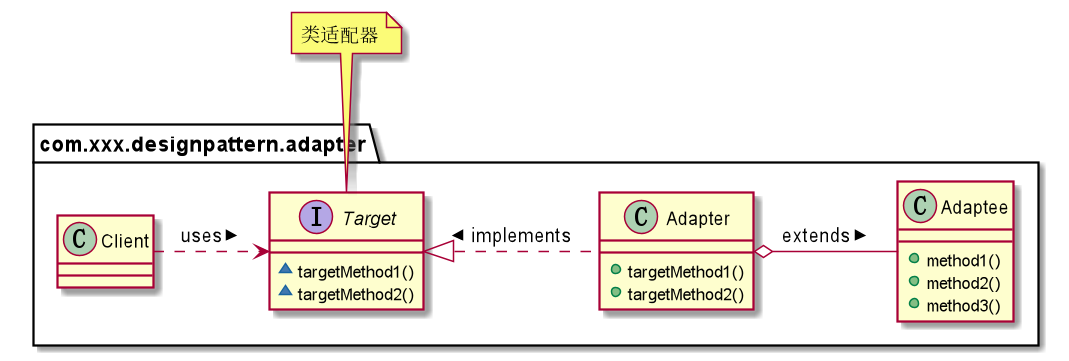
The PlantUML diagram source/_posts/2023/10/适配器模式/class_adapter.png in xiaojiaC/blog, before a commit.
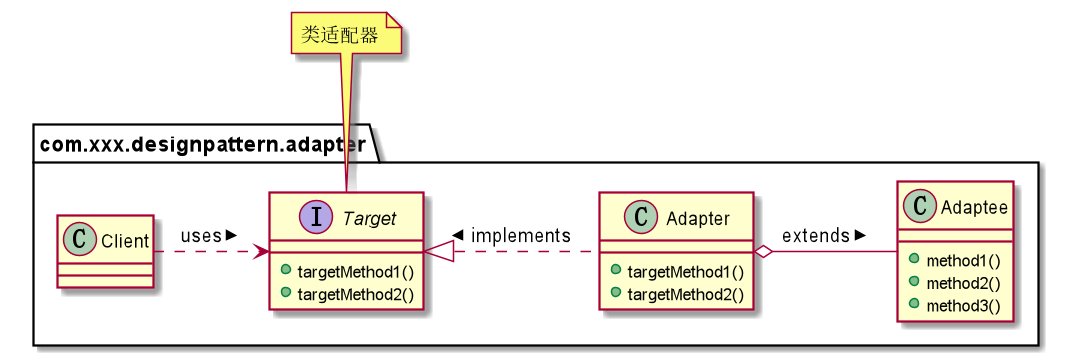
The same diagram one commit later.

Change to the diagram source:
```diff
@@ -1,7 +1,7 @@
 @startuml
 interface com.xxx.designpattern.adapter.Target {
-~  targetMethod1()
-~  targetMethod2()
++  targetMethod1()
++  targetMethod2()
 }
 note top: 类适配器
 class com.xxx.designpattern.adapter.Adapter {
```
